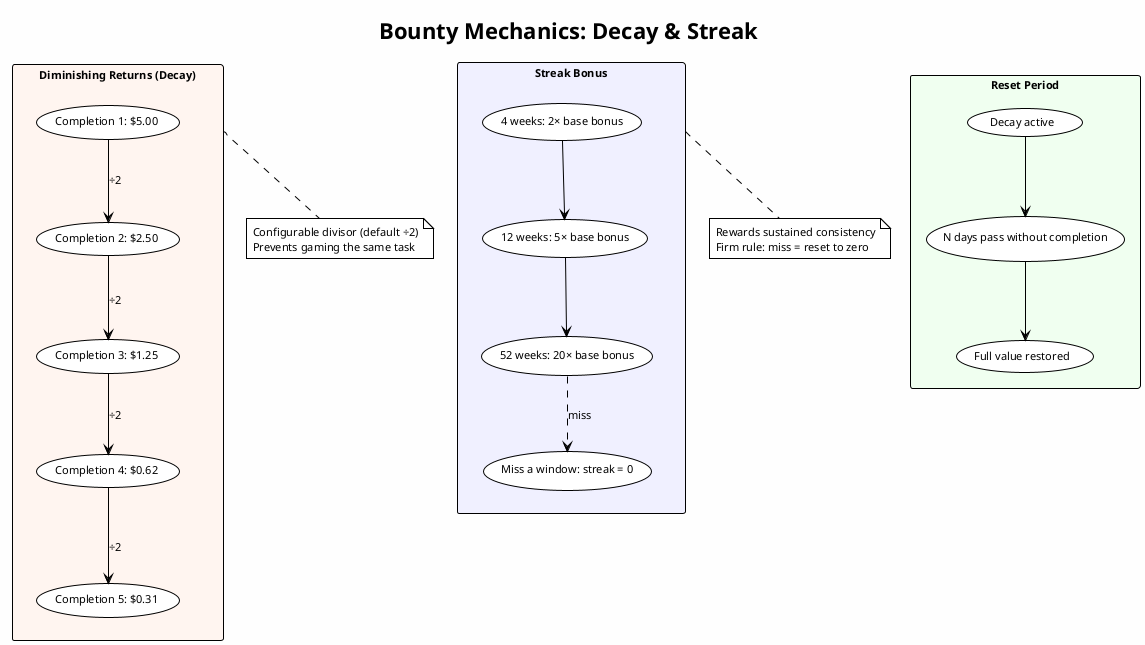
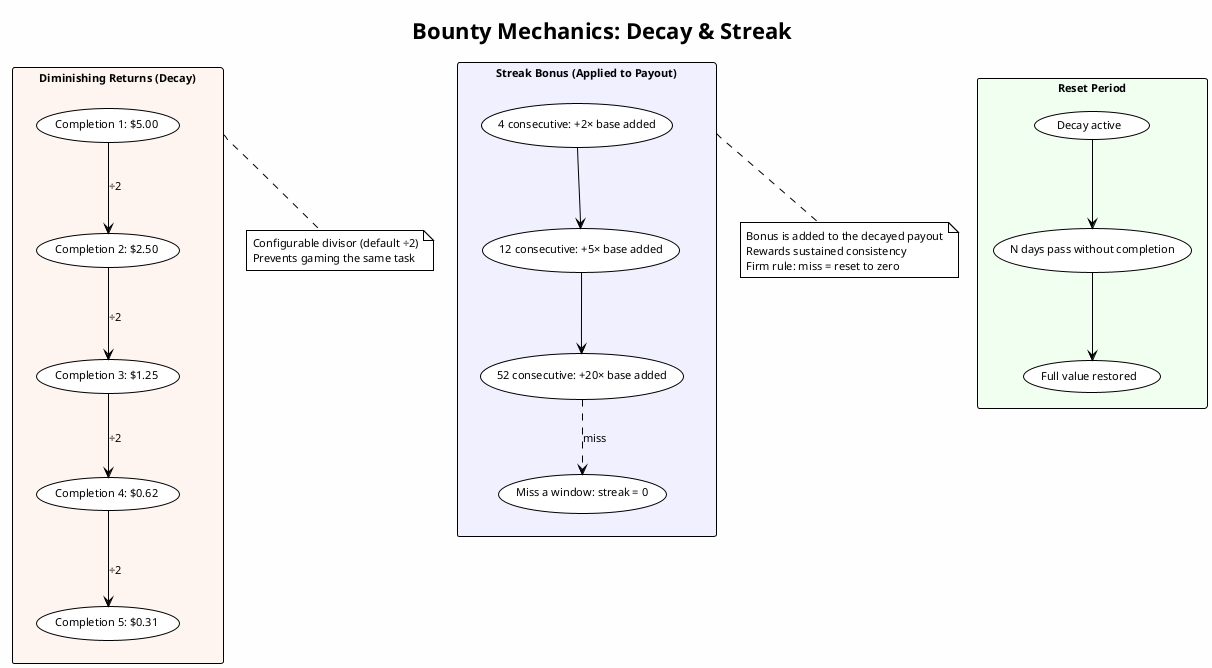
@startuml bounty_decay_streak
!theme plain
skinparam backgroundColor #FEFEFE
skinparam defaultFontSize 11

title Bounty Mechanics: Decay & Streak

rectangle "**Diminishing Returns (Decay)**" as decay #FFF5F0 {
  (Completion 1: $5.00) as d1
  (Completion 2: $2.50) as d2
  (Completion 3: $1.25) as d3
  (Completion 4: $0.62) as d4
  (Completion 5: $0.31) as d5
  d1 --> d2 : ÷2
  d2 --> d3 : ÷2
  d3 --> d4 : ÷2
  d4 --> d5 : ÷2
}

rectangle "**Reset Period**" as reset #F0FFF0 {
  (Decay active) as ra
  (N days pass without completion) as rw
  (Full value restored) as rf
  ra --> rw
  rw --> rf
}

- rectangle "**Streak Bonus**" as streak #F0F0FF {
-   (4 weeks: 2× base bonus) as s4
-   (12 weeks: 5× base bonus) as s12
-   (52 weeks: 20× base bonus) as s52
+ rectangle "**Streak Bonus (Applied to Payout)**" as streak #F0F0FF {
+   (4 consecutive: +2× base added) as s4
+   (12 consecutive: +5× base added) as s12
+   (52 consecutive: +20× base added) as s52
  (Miss a window: streak = 0) as s0
  s4 --> s12
  s12 --> s52
  s52 -[dashed]-> s0 : miss
}

note bottom of decay
  Configurable divisor (default ÷2)
  Prevents gaming the same task
end note

note bottom of streak
+   Bonus is added to the decayed payout
  Rewards sustained consistency
  Firm rule: miss = reset to zero
end note
@enduml
